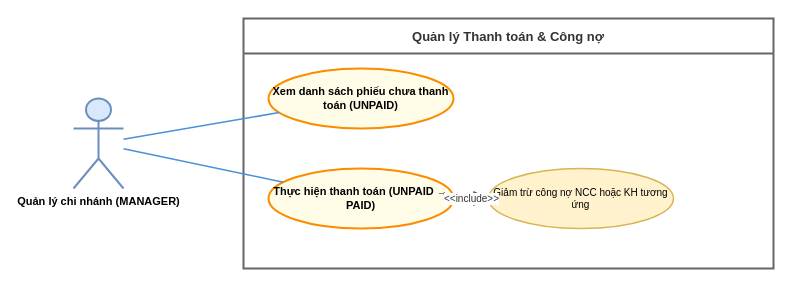
The draw.io diagram UseCase/MANAGER/11_cap_nhat_cong_no.drawio in Nghiatv2006/KhoHang, before the edit. Source tidied: cells renumbered, new cells numbered last; positions are measured from the earlier drawing's top-left corner, leaving out a move shared by most shapes. Both pictures are drawn from the tidied source at 100%, with x=0, y=0 at pixel (73, 18).
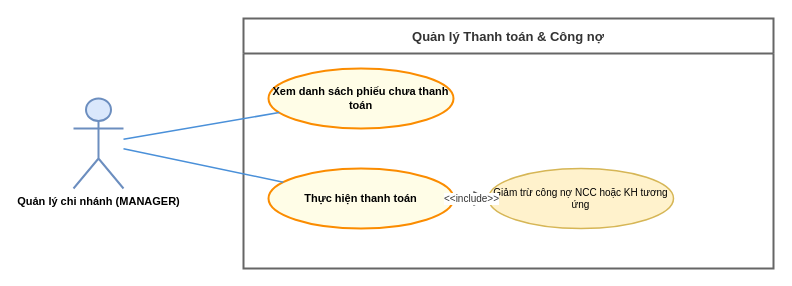
The same diagram, later.

Change to the diagram source:
```diff
@@
 <mxGraphModel>
   <root>
     <mxCell id="0" />
     <mxCell id="1" parent="0" />
     <mxCell id="2" value="Quản lý Thanh toán &amp; Công nợ" style="swimlane;startSize=35;whiteSpace=wrap;html=1;fontStyle=1;fontSize=13;                    fillColor=#f5f5f5;strokeColor=#666666;strokeWidth=2;fontColor=#333333;align=center;" parent="1" vertex="1">
       <mxGeometry x="170" width="530" height="250" as="geometry" />
     </mxCell>
     <mxCell id="3" value="Quản lý chi nhánh (MANAGER)" style="shape=umlActor;verticalLabelPosition=bottom;verticalAlign=top;html=1;                    outlineConnect=0;fillColor=#dae8fc;strokeColor=#6c8ebf;strokeWidth=2;                    fontColor=#1a1a1a;fontStyle=1;fontSize=11;" parent="1" vertex="1">
       <mxGeometry y="80" width="50" height="90" as="geometry" />
     </mxCell>
-    <mxCell id="4" value="Xem danh sách phiếu chưa thanh toán (UNPAID)" style="ellipse;whiteSpace=wrap;html=1;fillColor=#fffde7;strokeColor=#fb8c00;strokeWidth=2;fontStyle=1;fontSize=11;align=center;" parent="1" vertex="1">
+    <mxCell id="4" value="Xem danh sách phiếu chưa thanh toán" style="ellipse;whiteSpace=wrap;html=1;fillColor=#fffde7;strokeColor=#fb8c00;strokeWidth=2;fontStyle=1;fontSize=11;align=center;" parent="1" vertex="1">
       <mxGeometry x="195" y="50" width="185" height="60" as="geometry" />
     </mxCell>
-    <mxCell id="5" value="Thực hiện thanh toán (UNPAID → PAID)" style="ellipse;whiteSpace=wrap;html=1;fillColor=#fffde7;strokeColor=#fb8c00;strokeWidth=2;fontStyle=1;fontSize=11;align=center;" parent="1" vertex="1">
+    <mxCell id="5" value="Thực hiện thanh toán" style="ellipse;whiteSpace=wrap;html=1;fillColor=#fffde7;strokeColor=#fb8c00;strokeWidth=2;fontStyle=1;fontSize=11;align=center;" parent="1" vertex="1">
       <mxGeometry x="195" y="150" width="185" height="60" as="geometry" />
     </mxCell>
     <mxCell id="6" value="Giảm trừ công nợ NCC hoặc KH tương ứng" style="ellipse;whiteSpace=wrap;html=1;fillColor=#fff2cc;strokeColor=#d6b656;strokeWidth=1.5;fontSize=10;align=center;" parent="1" vertex="1">
       <mxGeometry x="415" y="150" width="185" height="60" as="geometry" />
     </mxCell>
     <mxCell id="7" style="endArrow=none;html=1;rounded=0;strokeColor=#4a90d9;strokeWidth=1.5;" parent="1" edge="1" source="3" target="4">
       <mxGeometry relative="1" as="geometry" />
     </mxCell>
     <mxCell id="8" style="endArrow=none;html=1;rounded=0;strokeColor=#4a90d9;strokeWidth=1.5;" parent="1" edge="1" source="3" target="5">
       <mxGeometry relative="1" as="geometry" />
     </mxCell>
     <mxCell id="9" value="&amp;lt;&amp;lt;include&amp;gt;&amp;gt;" style="endArrow=open;endSize=12;dashed=1;html=1;rounded=0;strokeColor=#555555;strokeWidth=1.5;labelBackgroundColor=#ffffff;fontColor=#333333;fontSize=10;align=center;" parent="1" edge="1" source="5" target="6">
       <mxGeometry relative="1" as="geometry" />
     </mxCell>
   </root>
 </mxGraphModel>
```
